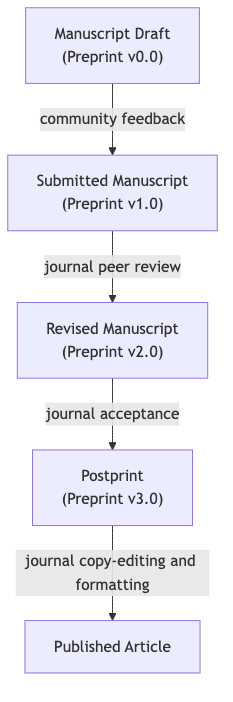
Above: assets/diagrams/preprint-flow.png in lmu-osc/lmu-osc.github.io (Mermaid), before the change. Its source is kept beside it as assets/diagrams/preprint-flow.mmd. Its diagram source:
```mermaid
---
config:
  theme: default
  look: classic
---

flowchart TD
  A["Manuscript Draft<br>(Preprint v0.0)"] -->|community feedback| B["Submitted Manuscript<br>(Preprint v1.0)"]
  B -->|journal peer review| C["Revised Manuscript<br>(Preprint v2.0)"]
  C -->|journal acceptance| D["Postprint<br>(Preprint v3.0)"]
    D -->|journal copy-editing and formatting| E["Published Article"]
```
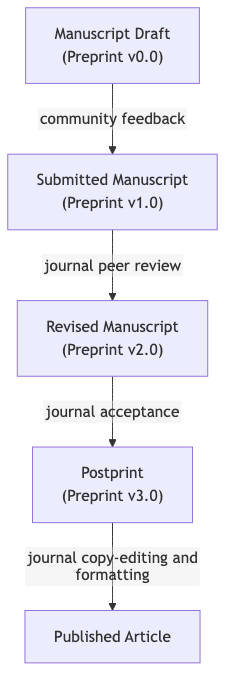
After the change.

Commit message:
Use non html labels for diagram images

The edit, as a diff of the source:
```diff
@@ -2,6 +2,8 @@
 config:
   theme: default
   look: classic
+  flowchart:
+    htmlLabels: false
 ---
 
 flowchart TD
```
